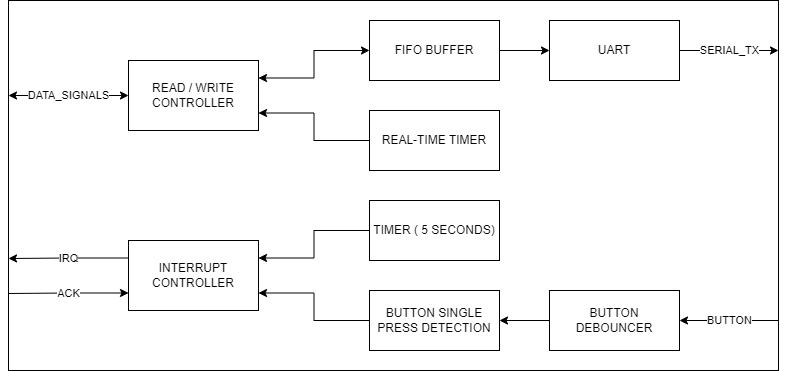
This is imgs/RS5_Peripherals.png from gaph-pucrs/RS5, a draw.io export, as it was before one commit. Source tidied: cells renumbered, new cells last; positions are measured from the earlier drawing's top-left corner, leaving out a move shared by most shapes. Its diagram source:
```xml
<mxGraphModel>
  <root>
    <mxCell id="0" />
    <mxCell id="1" parent="0" />
    <mxCell id="2" style="rounded=0;whiteSpace=wrap;html=1;strokeColor=default;fontFamily=Helvetica;fontSize=12;fontColor=default;startSize=23;fillColor=default;" parent="1" vertex="1">
      <mxGeometry width="770" height="370" as="geometry" />
    </mxCell>
    <mxCell id="3" value="SERIAL_TX" style="edgeStyle=orthogonalEdgeStyle;rounded=0;jettySize=auto;html=1;exitX=1;exitY=0.5;exitDx=0;exitDy=0;startArrow=none;startFill=0;endArrow=classic;endFill=1;" parent="1" edge="1" source="4">
      <mxGeometry relative="1" as="geometry">
        <mxPoint x="770" y="50" as="targetPoint" />
      </mxGeometry>
    </mxCell>
    <mxCell id="4" value="UART" style="rounded=0;whiteSpace=wrap;html=1;" parent="1" vertex="1">
      <mxGeometry x="541" y="20" width="130" height="60" as="geometry" />
    </mxCell>
    <mxCell id="5" style="edgeStyle=orthogonalEdgeStyle;rounded=0;jettySize=auto;html=1;exitX=0;exitY=0.5;exitDx=0;exitDy=0;entryX=1;entryY=0.75;entryDx=0;entryDy=0;" parent="1" edge="1" source="6" target="21">
      <mxGeometry relative="1" as="geometry" />
    </mxCell>
    <mxCell id="6" value="REAL-TIME TIMER" style="rounded=0;whiteSpace=wrap;html=1;" parent="1" vertex="1">
      <mxGeometry x="361" y="110" width="130" height="60" as="geometry" />
    </mxCell>
    <mxCell id="7" style="edgeStyle=orthogonalEdgeStyle;rounded=0;jettySize=auto;html=1;exitX=0;exitY=0.5;exitDx=0;exitDy=0;entryX=1;entryY=0.25;entryDx=0;entryDy=0;" parent="1" edge="1" source="8" target="18">
      <mxGeometry relative="1" as="geometry" />
    </mxCell>
    <mxCell id="8" value="TIMER ( 5 SECONDS)" style="rounded=0;whiteSpace=wrap;html=1;" parent="1" vertex="1">
      <mxGeometry x="361" y="200" width="130" height="60" as="geometry" />
    </mxCell>
    <mxCell id="9" style="edgeStyle=orthogonalEdgeStyle;rounded=0;jettySize=auto;html=1;exitX=0;exitY=0.5;exitDx=0;exitDy=0;entryX=1;entryY=0.5;entryDx=0;entryDy=0;" parent="1" edge="1" source="11" target="15">
      <mxGeometry relative="1" as="geometry" />
    </mxCell>
    <mxCell id="10" value="BUTTON" style="edgeStyle=orthogonalEdgeStyle;rounded=0;jettySize=auto;html=1;exitX=1;exitY=0.5;exitDx=0;exitDy=0;startArrow=classic;startFill=1;endArrow=none;endFill=0;" parent="1" edge="1" source="11">
      <mxGeometry relative="1" as="geometry">
        <mxPoint x="770" y="320" as="targetPoint" />
      </mxGeometry>
    </mxCell>
    <mxCell id="11" value="BUTTON DEBOUNCER" style="rounded=0;whiteSpace=wrap;html=1;" parent="1" vertex="1">
      <mxGeometry x="541" y="290" width="130" height="60" as="geometry" />
    </mxCell>
    <mxCell id="12" style="edgeStyle=orthogonalEdgeStyle;rounded=0;jettySize=auto;html=1;exitX=1;exitY=0.5;exitDx=0;exitDy=0;entryX=0;entryY=0.5;entryDx=0;entryDy=0;" parent="1" edge="1" source="13" target="4">
      <mxGeometry relative="1" as="geometry" />
    </mxCell>
    <mxCell id="13" value="FIFO BUFFER" style="rounded=0;whiteSpace=wrap;html=1;" parent="1" vertex="1">
      <mxGeometry x="361" y="20" width="130" height="60" as="geometry" />
    </mxCell>
    <mxCell id="14" style="edgeStyle=orthogonalEdgeStyle;rounded=0;jettySize=auto;html=1;exitX=0;exitY=0.5;exitDx=0;exitDy=0;entryX=1;entryY=0.75;entryDx=0;entryDy=0;" parent="1" edge="1" source="15" target="18">
      <mxGeometry relative="1" as="geometry" />
    </mxCell>
    <mxCell id="15" value="BUTTON SINGLE PRESS DETECTION" style="rounded=0;whiteSpace=wrap;html=1;" parent="1" vertex="1">
      <mxGeometry x="361" y="290" width="130" height="60" as="geometry" />
    </mxCell>
    <mxCell id="16" value="IRQ" style="edgeStyle=orthogonalEdgeStyle;rounded=0;jettySize=auto;html=1;exitX=0;exitY=0.25;exitDx=0;exitDy=0;startArrow=none;startFill=0;endArrow=classic;endFill=1;" parent="1" edge="1" source="18">
      <mxGeometry relative="1" as="geometry">
        <mxPoint y="258" as="targetPoint" />
      </mxGeometry>
    </mxCell>
    <mxCell id="17" value="ACK" style="edgeStyle=orthogonalEdgeStyle;rounded=0;jettySize=auto;html=1;exitX=0;exitY=0.75;exitDx=0;exitDy=0;startArrow=classic;startFill=1;endArrow=none;endFill=0;" parent="1" edge="1" source="18">
      <mxGeometry relative="1" as="geometry">
        <mxPoint y="293" as="targetPoint" />
      </mxGeometry>
    </mxCell>
    <mxCell id="18" value="INTERRUPT CONTROLLER" style="rounded=0;whiteSpace=wrap;html=1;" parent="1" vertex="1">
      <mxGeometry x="120" y="240" width="130" height="70" as="geometry" />
    </mxCell>
    <mxCell id="19" style="edgeStyle=orthogonalEdgeStyle;rounded=0;jettySize=auto;html=1;exitX=1;exitY=0.25;exitDx=0;exitDy=0;entryX=0;entryY=0.5;entryDx=0;entryDy=0;startArrow=classic;startFill=1;" parent="1" edge="1" source="21" target="13">
      <mxGeometry relative="1" as="geometry" />
    </mxCell>
    <mxCell id="20" value="DATA_SIGNALS" style="edgeStyle=orthogonalEdgeStyle;rounded=0;jettySize=auto;html=1;exitX=0;exitY=0.5;exitDx=0;exitDy=0;startArrow=classic;startFill=1;" parent="1" edge="1" source="21">
      <mxGeometry relative="1" as="geometry">
        <mxPoint y="95" as="targetPoint" />
      </mxGeometry>
    </mxCell>
    <mxCell id="21" value="READ / WRITE CONTROLLER" style="rounded=0;whiteSpace=wrap;html=1;" parent="1" vertex="1">
      <mxGeometry x="120" y="60" width="130" height="70" as="geometry" />
    </mxCell>
  </root>
</mxGraphModel>
```
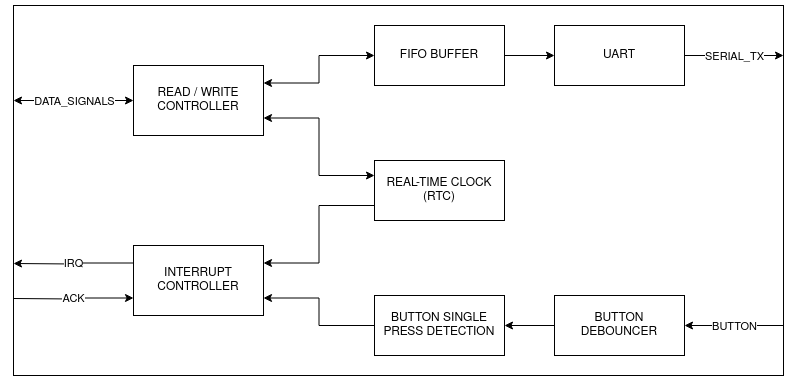
Later version of the same file.

Change to the diagram source:
```diff
@@ -13,18 +13,15 @@
     <mxCell id="4" value="UART" style="rounded=0;whiteSpace=wrap;html=1;" parent="1" vertex="1">
       <mxGeometry x="541" y="20" width="130" height="60" as="geometry" />
     </mxCell>
-    <mxCell id="5" style="edgeStyle=orthogonalEdgeStyle;rounded=0;jettySize=auto;html=1;exitX=0;exitY=0.5;exitDx=0;exitDy=0;entryX=1;entryY=0.75;entryDx=0;entryDy=0;" parent="1" edge="1" source="6" target="21">
+    <mxCell id="5" style="edgeStyle=orthogonalEdgeStyle;rounded=0;jettySize=auto;html=1;exitX=0;exitY=0.25;exitDx=0;exitDy=0;entryX=1;entryY=0.75;entryDx=0;entryDy=0;startArrow=classic;startFill=1;" parent="1" edge="1" source="6" target="21">
       <mxGeometry relative="1" as="geometry" />
     </mxCell>
-    <mxCell id="6" value="REAL-TIME TIMER" style="rounded=0;whiteSpace=wrap;html=1;" parent="1" vertex="1">
-      <mxGeometry x="361" y="110" width="130" height="60" as="geometry" />
+    <mxCell id="6" value="REAL-TIME CLOCK (RTC)" style="rounded=0;whiteSpace=wrap;html=1;" parent="1" vertex="1">
+      <mxGeometry x="361" y="155" width="130" height="60" as="geometry" />
     </mxCell>
-    <mxCell id="7" style="edgeStyle=orthogonalEdgeStyle;rounded=0;jettySize=auto;html=1;exitX=0;exitY=0.5;exitDx=0;exitDy=0;entryX=1;entryY=0.25;entryDx=0;entryDy=0;" parent="1" edge="1" source="8" target="18">
+    <mxCell id="7" style="edgeStyle=orthogonalEdgeStyle;rounded=0;jettySize=auto;html=1;exitX=0;exitY=0.75;exitDx=0;exitDy=0;entryX=1;entryY=0.25;entryDx=0;entryDy=0;" parent="1" edge="1" source="6" target="18">
       <mxGeometry relative="1" as="geometry" />
     </mxCell>
-    <mxCell id="8" value="TIMER ( 5 SECONDS)" style="rounded=0;whiteSpace=wrap;html=1;" parent="1" vertex="1">
-      <mxGeometry x="361" y="200" width="130" height="60" as="geometry" />
-    </mxCell>
     <mxCell id="9" style="edgeStyle=orthogonalEdgeStyle;rounded=0;jettySize=auto;html=1;exitX=0;exitY=0.5;exitDx=0;exitDy=0;entryX=1;entryY=0.5;entryDx=0;entryDy=0;" parent="1" edge="1" source="11" target="15">
       <mxGeometry relative="1" as="geometry" />
     </mxCell>
```
